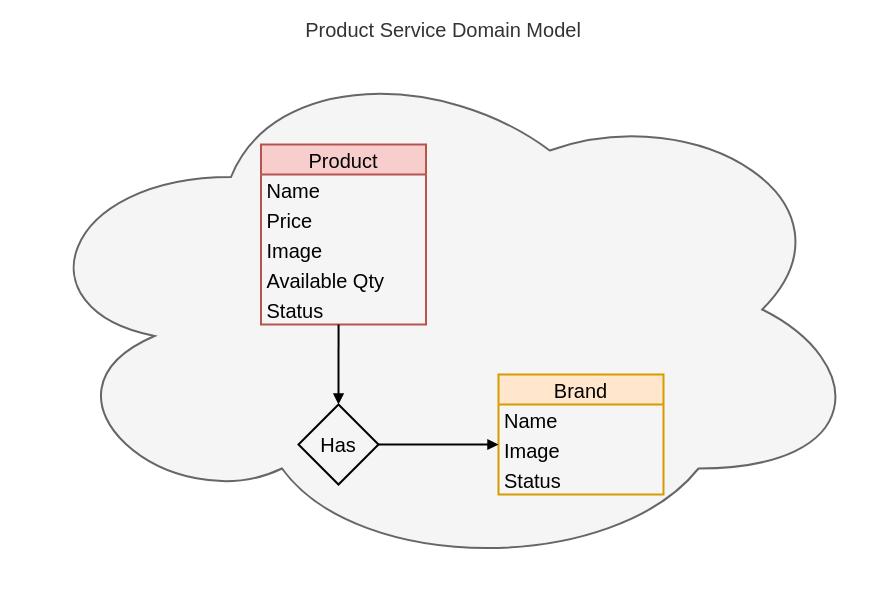
Above: docs/diagram/product_service_domain_model.drawio in dudhwalas/dudhwala (draw.io), before the change. Source tidied: cells renumbered, new cells numbered last; positions are measured from the earlier drawing's top-left corner, leaving out a move shared by most shapes. Both pictures are drawn from the tidied source at 100%, with x=0, y=0 at pixel (18, 44).
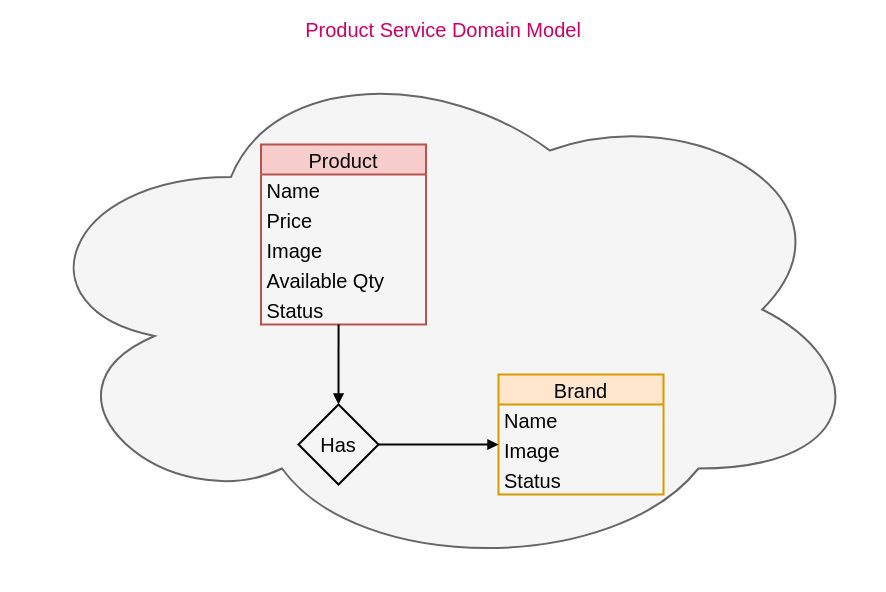
The same page after the edit.

The edit, as a diff of the source:
```diff
@@
 <mxGraphModel>
   <root>
     <mxCell id="0" />
     <mxCell id="1" parent="0" />
-    <mxCell id="2" value="Product Service Domain Model" style="ellipse;shape=cloud;whiteSpace=wrap;html=1;fillColor=#f5f5f5;fontColor=#333333;strokeColor=#666666;strokeWidth=2;labelPosition=center;verticalLabelPosition=top;align=center;verticalAlign=bottom;fontSize=20;" parent="1" vertex="1">
+    <mxCell id="2" value="Product Service Domain Model" style="ellipse;shape=cloud;whiteSpace=wrap;html=1;fillColor=#f5f5f5;fontColor=#CC0066;strokeColor=#666666;strokeWidth=2;labelPosition=center;verticalLabelPosition=top;align=center;verticalAlign=bottom;fontSize=20;" parent="1" vertex="1">
       <mxGeometry width="850" height="530" as="geometry" />
     </mxCell>
     <mxCell id="3" value="Product" style="swimlane;fontStyle=0;horizontal=1;startSize=30;fillColor=#f8cecc;strokeColor=#b85450;fontSize=20;strokeWidth=2;" parent="1" vertex="1">
       <mxGeometry x="242.5" y="100" width="165" height="180" as="geometry" />
     </mxCell>
     <mxCell id="4" value="Name" style="text;strokeColor=none;fillColor=none;align=left;verticalAlign=middle;spacingLeft=4;spacingRight=4;overflow=hidden;fontSize=20;strokeWidth=2;" parent="3" vertex="1">
       <mxGeometry y="30" width="165" height="30" as="geometry" />
     </mxCell>
     <mxCell id="5" value="Price" style="text;strokeColor=none;fillColor=none;align=left;verticalAlign=middle;spacingLeft=4;spacingRight=4;overflow=hidden;fontSize=20;strokeWidth=2;" parent="3" vertex="1">
       <mxGeometry y="60" width="165" height="30" as="geometry" />
     </mxCell>
     <mxCell id="6" value="Image" style="text;strokeColor=none;fillColor=none;align=left;verticalAlign=middle;spacingLeft=4;spacingRight=4;overflow=hidden;fontSize=20;strokeWidth=2;" parent="3" vertex="1">
       <mxGeometry y="90" width="165" height="30" as="geometry" />
     </mxCell>
     <mxCell id="7" value="Available Qty" style="text;strokeColor=none;fillColor=none;align=left;verticalAlign=middle;spacingLeft=4;spacingRight=4;overflow=hidden;fontSize=20;strokeWidth=2;" parent="3" vertex="1">
       <mxGeometry y="120" width="165" height="30" as="geometry" />
     </mxCell>
     <mxCell id="8" value="Status" style="text;strokeColor=none;fillColor=none;align=left;verticalAlign=middle;spacingLeft=4;spacingRight=4;overflow=hidden;points=[[0,0.5],[1,0.5]];portConstraint=eastwest;fontSize=20;strokeWidth=2;" parent="3" vertex="1">
       <mxGeometry y="150" width="165" height="30" as="geometry" />
     </mxCell>
     <mxCell id="9" value="Brand" style="swimlane;fontStyle=0;horizontal=1;startSize=30;fillColor=#ffe6cc;strokeColor=#d79b00;fontSize=20;strokeWidth=2;" parent="1" vertex="1">
       <mxGeometry x="480" y="330" width="165" height="120" as="geometry" />
     </mxCell>
     <mxCell id="10" value="Name" style="text;strokeColor=none;fillColor=none;align=left;verticalAlign=middle;spacingLeft=4;spacingRight=4;overflow=hidden;fontSize=20;strokeWidth=2;" parent="9" vertex="1">
       <mxGeometry y="30" width="165" height="30" as="geometry" />
     </mxCell>
     <mxCell id="11" value="Image" style="text;strokeColor=none;fillColor=none;align=left;verticalAlign=middle;spacingLeft=4;spacingRight=4;overflow=hidden;fontSize=20;strokeWidth=2;" parent="9" vertex="1">
       <mxGeometry y="60" width="165" height="30" as="geometry" />
     </mxCell>
     <mxCell id="12" value="Status" style="text;strokeColor=none;fillColor=none;align=left;verticalAlign=middle;spacingLeft=4;spacingRight=4;overflow=hidden;fontSize=20;strokeWidth=2;" parent="9" vertex="1">
       <mxGeometry y="90" width="165" height="30" as="geometry" />
     </mxCell>
     <mxCell id="13" value="Has" style="rhombus;whiteSpace=wrap;html=1;fontSize=20;fillColor=none;strokeWidth=2;" parent="1" vertex="1">
       <mxGeometry x="280" y="360" width="80" height="80" as="geometry" />
     </mxCell>
     <mxCell id="14" style="edgeStyle=none;html=1;exitX=0.47;exitY=1;exitDx=0;exitDy=0;entryX=0.5;entryY=0;entryDx=0;entryDy=0;fontSize=20;exitPerimeter=0;endArrow=block;endFill=1;strokeWidth=2;" parent="1" edge="1" source="8" target="13">
       <mxGeometry relative="1" as="geometry" />
     </mxCell>
     <mxCell id="15" style="edgeStyle=none;html=1;exitX=1;exitY=0.5;exitDx=0;exitDy=0;fontSize=20;endArrow=block;endFill=1;strokeWidth=2;" parent="1" edge="1" source="13">
       <mxGeometry relative="1" as="geometry">
         <mxPoint x="480" y="400" as="targetPoint" />
       </mxGeometry>
     </mxCell>
   </root>
 </mxGraphModel>
```
